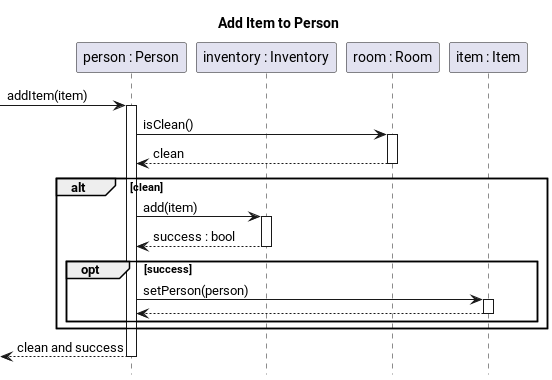
Above: docs/img/diagrams/sequence/person-add-item.png in sn4k3ch4rm3r/logarlec (PlantUML), before the change.
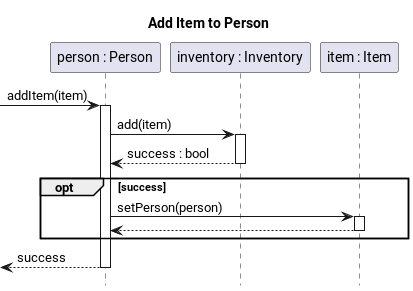
The same file after the commit.

The edit, as a diff of the source:
```diff
@@ -5,20 +5,15 @@
 
 participant "person : Person" as person
 participant "inventory : Inventory" as inventory
-participant "room : Room" as room
 participant "item : Item" as item
 
 [-> person ++ : addItem(item)
-    person -> room ++ : isClean()
-    return clean
-    alt clean
 	person -> inventory ++ : add(item)
 	return success : bool
 	opt success
 		person -> item ++: setPerson(person)
 		return
 	end
-	end
-return clean and success
+return success
 
 @enduml
```
